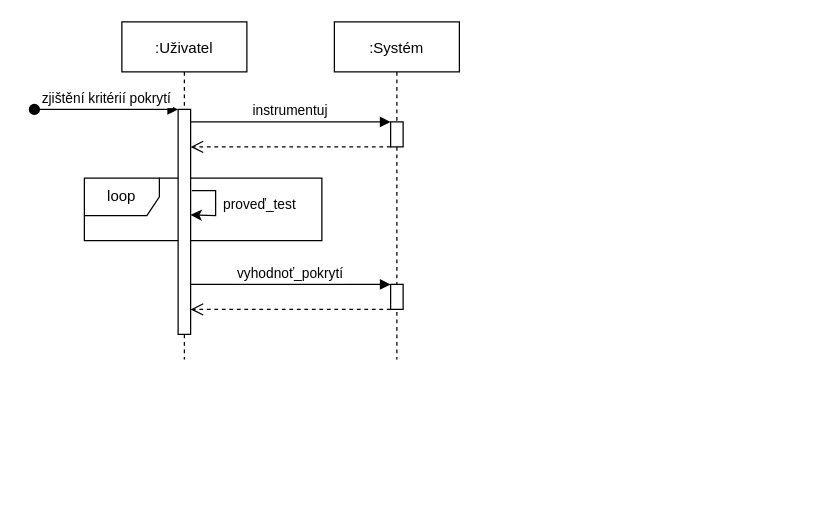
The draw.io diagram system_sequence_diagram.drawio in petkapou/DIP_diagrams, before the edit. Source tidied: cells renumbered, new cells numbered last; positions are measured from the earlier drawing's top-left corner, leaving out a move shared by most shapes. Both pictures are drawn from the tidied source at 125%, with x=0, y=0 at pixel (34, 21).
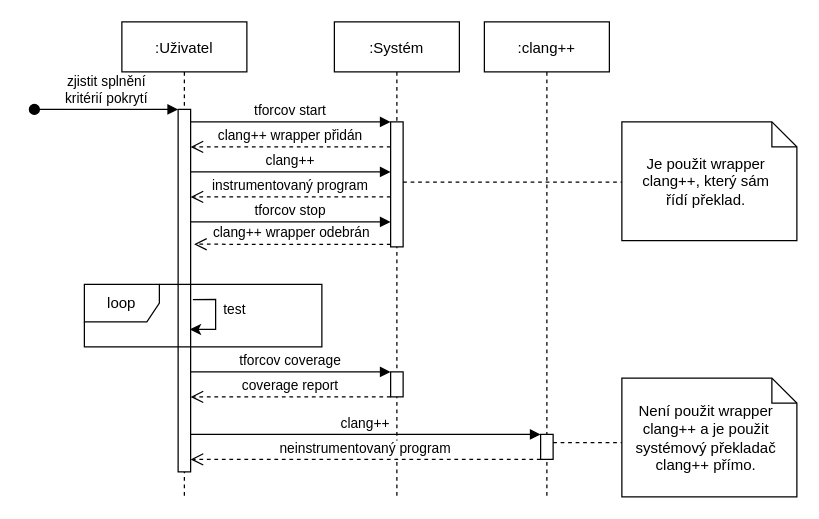
After the change.

Change to the diagram source:
```diff
@@
-    <mxCell id="2" value="loop" style="shape=umlFrame;whiteSpace=wrap;html=1;" parent="1" vertex="1">
-      <mxGeometry x="40" y="125" width="190" height="50" as="geometry" />
-    </mxCell>
     <mxCell id="3" value=":Uživatel" style="shape=umlLifeline;perimeter=lifelinePerimeter;rounded=0;shadow=0;strokeWidth=1;" parent="1" vertex="1">
-      <mxGeometry x="70" width="100" height="270" as="geometry" />
+      <mxGeometry x="70" width="100" height="380" as="geometry" />
     </mxCell>
     <mxCell id="4" style="points=[];perimeter=orthogonalPerimeter;rounded=0;shadow=0;strokeWidth=1;" parent="3" vertex="1">
-      <mxGeometry x="45" y="70" width="10" height="180" as="geometry" />
+      <mxGeometry x="45" y="70" width="10" height="290" as="geometry" />
     </mxCell>
-    <mxCell id="5" value="zjištění kritérií pokrytí" style="verticalAlign=bottom;startArrow=oval;endArrow=block;startSize=8;shadow=0;strokeWidth=1;" parent="3" edge="1" target="4">
+    <mxCell id="5" value="zjistit splnění&#10;kritérií pokrytí" style="verticalAlign=bottom;startArrow=oval;endArrow=block;startSize=8;shadow=0;strokeWidth=1;" parent="3" edge="1" target="4">
       <mxGeometry relative="1" as="geometry">
         <mxPoint x="-70" y="70" as="sourcePoint" />
       </mxGeometry>
     </mxCell>
-    <mxCell id="6" value="proveď_test" style="endArrow=classic;html=1;rounded=0;entryX=1;entryY=0.469;entryDx=0;entryDy=0;entryPerimeter=0;" parent="3" edge="1" target="4">
-      <mxGeometry y="35" relative="1" as="geometry">
-        <mxPoint x="56" y="135" as="sourcePoint" />
+    <mxCell id="6" value="test" style="endArrow=classic;html=1;rounded=0;entryX=0.943;entryY=0.607;entryDx=0;entryDy=0;entryPerimeter=0;exitX=1.181;exitY=0.525;exitDx=0;exitDy=0;exitPerimeter=0;" parent="3" edge="1" source="4" target="4">
+      <mxGeometry x="-0.17" y="15" relative="1" as="geometry">
         <Array as="points">
-          <mxPoint x="75" y="135" />
-          <mxPoint x="75" y="155" />
+          <mxPoint x="75" y="222" />
+          <mxPoint x="75" y="246" />
         </Array>
       </mxGeometry>
     </mxCell>
     <mxCell id="7" value=":Systém" style="shape=umlLifeline;perimeter=lifelinePerimeter;rounded=0;shadow=0;strokeWidth=1;" parent="1" vertex="1">
-      <mxGeometry x="240" width="100" height="270" as="geometry" />
+      <mxGeometry x="240" width="100" height="380" as="geometry" />
     </mxCell>
     <mxCell id="8" style="points=[];perimeter=orthogonalPerimeter;rounded=0;shadow=0;strokeWidth=1;" parent="7" vertex="1">
-      <mxGeometry x="45" y="80" width="10" height="20" as="geometry" />
+      <mxGeometry x="45" y="80" width="10" height="100" as="geometry" />
     </mxCell>
     <mxCell id="9" style="points=[];perimeter=orthogonalPerimeter;rounded=0;shadow=0;strokeWidth=1;" parent="7" vertex="1">
-      <mxGeometry x="45" y="210" width="10" height="20" as="geometry" />
+      <mxGeometry x="45" y="280" width="10" height="20" as="geometry" />
     </mxCell>
-    <mxCell id="10" style="verticalAlign=bottom;endArrow=open;dashed=1;endSize=8;shadow=0;strokeWidth=1;" parent="1" edge="1" source="8" target="4">
+    <mxCell id="10" value="clang++ wrapper přidán" style="verticalAlign=bottom;endArrow=open;dashed=1;endSize=8;shadow=0;strokeWidth=1;" parent="1" edge="1" source="8" target="4">
       <mxGeometry relative="1" as="geometry">
         <Array as="points">
           <mxPoint x="260" y="100" />
         </Array>
       </mxGeometry>
     </mxCell>
-    <mxCell id="11" value="instrumentuj" style="verticalAlign=bottom;endArrow=block;entryX=0;entryY=0;shadow=0;strokeWidth=1;" parent="1" edge="1" source="4" target="8">
+    <mxCell id="11" value="tforcov start" style="verticalAlign=bottom;endArrow=block;entryX=0;entryY=0;shadow=0;strokeWidth=1;" parent="1" edge="1" source="4" target="8">
       <mxGeometry relative="1" as="geometry" />
     </mxCell>
-    <mxCell id="12" value="vyhodnoť_pokrytí" style="verticalAlign=bottom;endArrow=block;shadow=0;strokeWidth=1;" parent="1" edge="1" source="4" target="9">
+    <mxCell id="12" value="tforcov coverage" style="verticalAlign=bottom;endArrow=block;shadow=0;strokeWidth=1;" parent="1" edge="1" source="4" target="9">
       <mxGeometry relative="1" as="geometry">
         <Array as="points">
-          <mxPoint x="260" y="210" />
+          <mxPoint x="260" y="280" />
         </Array>
       </mxGeometry>
     </mxCell>
-    <mxCell id="13" style="verticalAlign=bottom;endArrow=open;dashed=1;endSize=8;shadow=0;strokeWidth=1;" parent="1" edge="1" source="9" target="4">
+    <mxCell id="13" value="coverage report" style="verticalAlign=bottom;endArrow=open;dashed=1;endSize=8;shadow=0;strokeWidth=1;" parent="1" edge="1" source="9" target="4">
       <mxGeometry relative="1" as="geometry">
         <Array as="points">
-          <mxPoint x="255" y="230" />
+          <mxPoint x="255" y="300" />
         </Array>
       </mxGeometry>
     </mxCell>
+    <mxCell id="14" value="tforcov stop" style="verticalAlign=bottom;endArrow=block;shadow=0;strokeWidth=1;" parent="1" edge="1" source="4" target="8">
+      <mxGeometry relative="1" as="geometry">
+        <Array as="points">
+          <mxPoint x="170" y="160" />
+        </Array>
+      </mxGeometry>
+    </mxCell>
+    <mxCell id="15" value="clang++ wrapper odebrán" style="verticalAlign=bottom;endArrow=open;dashed=1;endSize=8;shadow=0;strokeWidth=1;entryX=1.276;entryY=0.372;entryDx=0;entryDy=0;entryPerimeter=0;" parent="1" edge="1" source="8" target="4">
+      <mxGeometry relative="1" as="geometry">
+        <Array as="points">
+          <mxPoint x="260" y="178" />
+        </Array>
+      </mxGeometry>
+    </mxCell>
+    <mxCell id="16" value="clang++" style="verticalAlign=bottom;endArrow=block;shadow=0;strokeWidth=1;" parent="1" edge="1" source="4" target="8">
+      <mxGeometry relative="1" as="geometry">
+        <Array as="points">
+          <mxPoint x="195" y="120" />
+        </Array>
+      </mxGeometry>
+    </mxCell>
+    <mxCell id="17" value="instrumentovaný program" style="verticalAlign=bottom;endArrow=open;dashed=1;endSize=8;shadow=0;strokeWidth=1;" parent="1" edge="1" source="8" target="4">
+      <mxGeometry relative="1" as="geometry">
+        <Array as="points">
+          <mxPoint x="260" y="140" />
+        </Array>
+      </mxGeometry>
+    </mxCell>
+    <mxCell id="18" value=":clang++" style="shape=umlLifeline;perimeter=lifelinePerimeter;rounded=0;shadow=0;strokeWidth=1;" parent="1" vertex="1">
+      <mxGeometry x="360" width="100" height="380" as="geometry" />
+    </mxCell>
+    <mxCell id="19" style="points=[];perimeter=orthogonalPerimeter;rounded=0;shadow=0;strokeWidth=1;" parent="18" vertex="1">
+      <mxGeometry x="45" y="330" width="10" height="20" as="geometry" />
+    </mxCell>
+    <mxCell id="20" value="clang++" style="verticalAlign=bottom;endArrow=block;shadow=0;strokeWidth=1;" parent="1" edge="1" source="4" target="19">
+      <mxGeometry relative="1" as="geometry">
+        <Array as="points">
+          <mxPoint x="205" y="330" />
+        </Array>
+      </mxGeometry>
+    </mxCell>
+    <mxCell id="21" value="neinstrumentovaný program" style="verticalAlign=bottom;endArrow=open;dashed=1;endSize=8;shadow=0;strokeWidth=1;" parent="1" edge="1" source="19" target="4">
+      <mxGeometry relative="1" as="geometry">
+        <Array as="points">
+          <mxPoint x="270" y="350" />
+        </Array>
+      </mxGeometry>
+    </mxCell>
+    <mxCell id="22" value="Není použit wrapper clang++ a je použit systémový překladač clang++ přímo." style="shape=note;size=20;whiteSpace=wrap;html=1;spacingLeft=10;spacingRight=15;" parent="1" vertex="1">
+      <mxGeometry x="470" y="285" width="140" height="95" as="geometry" />
+    </mxCell>
+    <mxCell id="23" style="endArrow=none;dashed=1;html=1;rounded=0;" parent="1" edge="1" source="19" target="22">
+      <mxGeometry relative="1" as="geometry" />
+    </mxCell>
+    <mxCell id="24" value="Je použit wrapper clang++, který sám řídí překlad." style="shape=note;size=20;whiteSpace=wrap;html=1;spacingLeft=10;spacingRight=15;" parent="1" vertex="1">
+      <mxGeometry x="470" y="80" width="140" height="95" as="geometry" />
+    </mxCell>
+    <mxCell id="25" style="endArrow=none;dashed=1;html=1;rounded=0;" parent="1" edge="1" source="8" target="24">
+      <mxGeometry relative="1" as="geometry" />
+    </mxCell>
+    <mxCell id="2" value="loop" style="shape=umlFrame;whiteSpace=wrap;html=1;" parent="1" vertex="1">
+      <mxGeometry x="40" y="210" width="190" height="50" as="geometry" />
+    </mxCell>
```
